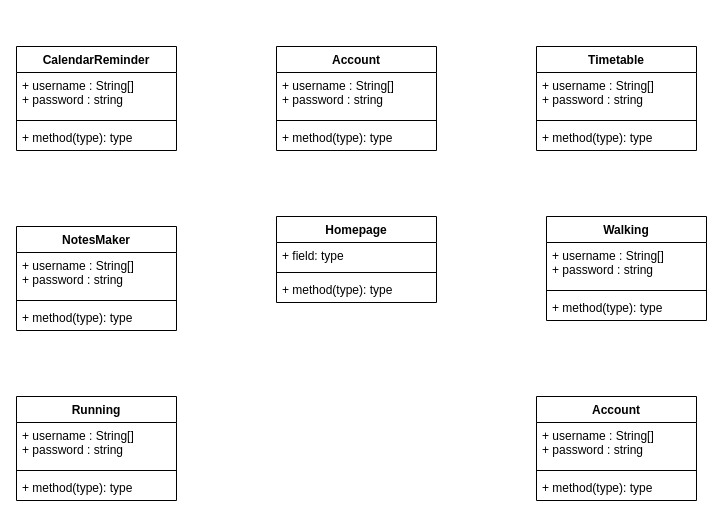
This is classAshisu.drawio from FaizAnuar/ashisu, a draw.io file, before an edit. Source tidied: cells renumbered, new cells numbered last; positions are measured from the earlier drawing's top-left corner, leaving out a move shared by most shapes. Both pictures are drawn from the tidied source at 100%, with x=0, y=0 at pixel (16, 46).
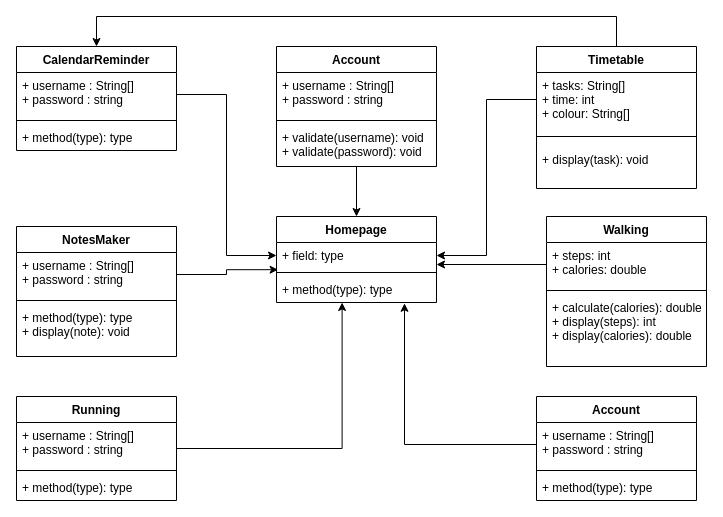
The same diagram, later.

The change refers to these unchanged cells:
```xml
<mxCell id="6" value="Homepage" style="swimlane;fontStyle=1;align=center;verticalAlign=top;horizontal=1;startSize=26;" parent="1" vertex="1">
  <mxGeometry x="260" y="170" width="160" height="86" as="geometry" />
</mxCell>
<mxCell id="7" value="+ field: type" style="text;strokeColor=none;fillColor=none;align=left;verticalAlign=top;spacingLeft=4;spacingRight=4;overflow=hidden;points=[[0,0.5],[1,0.5]];portConstraint=eastwest;" parent="6" vertex="1">
  <mxGeometry y="26" width="160" height="26" as="geometry" />
</mxCell>
<mxCell id="9" value="+ method(type): type" style="text;strokeColor=none;fillColor=none;align=left;verticalAlign=top;spacingLeft=4;spacingRight=4;overflow=hidden;points=[[0,0.5],[1,0.5]];portConstraint=eastwest;" parent="6" vertex="1">
  <mxGeometry y="60" width="160" height="26" as="geometry" />
</mxCell>
<mxCell id="14" value="Running" style="swimlane;fontStyle=1;align=center;verticalAlign=top;horizontal=1;startSize=26;" parent="1" vertex="1">
  <mxGeometry y="350" width="160" height="104" as="geometry" />
</mxCell>
<mxCell id="19" value="+ username : String[]&#10;+ password : string" style="text;strokeColor=none;fillColor=none;align=left;verticalAlign=top;spacingLeft=4;spacingRight=4;overflow=hidden;points=[[0,0.5],[1,0.5]];portConstraint=eastwest;" parent="18" vertex="1">
  <mxGeometry y="26" width="160" height="44" as="geometry" />
</mxCell>
<mxCell id="27" value="+ username : String[]&#10;+ password : string" style="text;strokeColor=none;fillColor=none;align=left;verticalAlign=top;spacingLeft=4;spacingRight=4;overflow=hidden;points=[[0,0.5],[1,0.5]];portConstraint=eastwest;" parent="26" vertex="1">
  <mxGeometry y="26" width="160" height="44" as="geometry" />
</mxCell>
<mxCell id="31" value="+ username : String[]&#10;+ password : string" style="text;strokeColor=none;fillColor=none;align=left;verticalAlign=top;spacingLeft=4;spacingRight=4;overflow=hidden;points=[[0,0.5],[1,0.5]];portConstraint=eastwest;" parent="30" vertex="1">
  <mxGeometry y="26" width="160" height="44" as="geometry" />
</mxCell>
```

Diff of the diagram source:
```diff
@@
+    <mxCell id="34" style="edgeStyle=orthogonalEdgeStyle;rounded=0;jettySize=auto;html=1;entryX=0.5;entryY=0;entryDx=0;entryDy=0;" parent="1" edge="1" source="2" target="6">
+      <mxGeometry relative="1" as="geometry" />
+    </mxCell>
     <mxCell id="2" value="Account" style="swimlane;fontStyle=1;align=center;verticalAlign=top;horizontal=1;startSize=26;" parent="1" vertex="1">
-      <mxGeometry x="260" width="160" height="104" as="geometry" />
+      <mxGeometry x="260" width="160" height="120" as="geometry" />
     </mxCell>
@@
-    <mxCell id="5" value="+ method(type): type" style="text;strokeColor=none;fillColor=none;align=left;verticalAlign=top;spacingLeft=4;spacingRight=4;overflow=hidden;" parent="2" vertex="1">
-      <mxGeometry y="78" width="160" height="26" as="geometry" />
+    <mxCell id="5" value="+ validate(username): void&#10;+ validate(password): void&#10;" style="text;strokeColor=none;fillColor=none;align=left;verticalAlign=top;spacingLeft=4;spacingRight=4;overflow=hidden;" parent="2" vertex="1">
+      <mxGeometry y="78" width="160" height="42" as="geometry" />
     </mxCell>
@@
     <mxCell id="10" value="Timetable" style="swimlane;fontStyle=1;align=center;verticalAlign=top;horizontal=1;startSize=26;" parent="1" vertex="1">
-      <mxGeometry x="520" width="160" height="104" as="geometry" />
+      <mxGeometry x="520" width="160" height="142" as="geometry" />
     </mxCell>
-    <mxCell id="11" value="+ username : String[]&#10;+ password : string" style="text;strokeColor=none;fillColor=none;align=left;verticalAlign=top;spacingLeft=4;spacingRight=4;overflow=hidden;points=[[0,0.5],[1,0.5]];portConstraint=eastwest;" parent="10" vertex="1">
-      <mxGeometry y="26" width="160" height="44" as="geometry" />
+    <mxCell id="11" value="+ tasks: String[]&#10;+ time: int&#10;+ colour: String[]&#10;" style="text;strokeColor=none;fillColor=none;align=left;verticalAlign=top;spacingLeft=4;spacingRight=4;overflow=hidden;points=[[0,0.5],[1,0.5]];portConstraint=eastwest;" parent="10" vertex="1">
+      <mxGeometry y="26" width="160" height="54" as="geometry" />
     </mxCell>
     <mxCell id="12" style="line;strokeWidth=1;fillColor=none;align=left;verticalAlign=middle;spacingTop=-1;spacingLeft=3;spacingRight=3;labelPosition=right;" parent="10" vertex="1">
-      <mxGeometry y="70" width="160" height="8" as="geometry" />
+      <mxGeometry y="80" width="160" height="20" as="geometry" />
     </mxCell>
-    <mxCell id="13" value="+ method(type): type" style="text;strokeColor=none;fillColor=none;align=left;verticalAlign=top;spacingLeft=4;spacingRight=4;overflow=hidden;" parent="10" vertex="1">
-      <mxGeometry y="78" width="160" height="26" as="geometry" />
+    <mxCell id="13" value="+ display(task): void" style="text;strokeColor=none;fillColor=none;align=left;verticalAlign=top;spacingLeft=4;spacingRight=4;overflow=hidden;" parent="10" vertex="1">
+      <mxGeometry y="100" width="160" height="42" as="geometry" />
     </mxCell>
+    <mxCell id="35" style="edgeStyle=orthogonalEdgeStyle;rounded=0;jettySize=auto;html=1;entryX=0.41;entryY=1;entryDx=0;entryDy=0;entryPerimeter=0;" parent="1" edge="1" source="14" target="9">
+      <mxGeometry relative="1" as="geometry">
+        <Array as="points">
+          <mxPoint x="326" y="402" />
+        </Array>
+      </mxGeometry>
+    </mxCell>
@@
     <mxCell id="22" value="Walking" style="swimlane;fontStyle=1;align=center;verticalAlign=top;horizontal=1;startSize=26;" parent="1" vertex="1">
-      <mxGeometry x="530" y="170" width="160" height="104" as="geometry" />
+      <mxGeometry x="530" y="170" width="160" height="150" as="geometry" />
     </mxCell>
-    <mxCell id="23" value="+ username : String[]&#10;+ password : string" style="text;strokeColor=none;fillColor=none;align=left;verticalAlign=top;spacingLeft=4;spacingRight=4;overflow=hidden;points=[[0,0.5],[1,0.5]];portConstraint=eastwest;" parent="22" vertex="1">
+    <mxCell id="23" value="+ steps: int&#10;+ calories: double" style="text;strokeColor=none;fillColor=none;align=left;verticalAlign=top;spacingLeft=4;spacingRight=4;overflow=hidden;points=[[0,0.5],[1,0.5]];portConstraint=eastwest;" parent="22" vertex="1">
       <mxGeometry y="26" width="160" height="44" as="geometry" />
     </mxCell>
@@
-    <mxCell id="25" value="+ method(type): type" style="text;strokeColor=none;fillColor=none;align=left;verticalAlign=top;spacingLeft=4;spacingRight=4;overflow=hidden;" parent="22" vertex="1">
-      <mxGeometry y="78" width="160" height="26" as="geometry" />
+    <mxCell id="25" value="+ calculate(calories): double&#10;+ display(steps): int&#10;+ display(calories): double&#10;" style="text;strokeColor=none;fillColor=none;align=left;verticalAlign=top;spacingLeft=4;spacingRight=4;overflow=hidden;" parent="22" vertex="1">
+      <mxGeometry y="78" width="160" height="72" as="geometry" />
     </mxCell>
     <mxCell id="26" value="NotesMaker" style="swimlane;fontStyle=1;align=center;verticalAlign=top;horizontal=1;startSize=26;" parent="1" vertex="1">
-      <mxGeometry y="180" width="160" height="104" as="geometry" />
+      <mxGeometry y="180" width="160" height="130" as="geometry" />
     </mxCell>
@@
-    <mxCell id="29" value="+ method(type): type" style="text;strokeColor=none;fillColor=none;align=left;verticalAlign=top;spacingLeft=4;spacingRight=4;overflow=hidden;" parent="26" vertex="1">
-      <mxGeometry y="78" width="160" height="26" as="geometry" />
+    <mxCell id="29" value="+ method(type): type&#10;+ display(note): void" style="text;strokeColor=none;fillColor=none;align=left;verticalAlign=top;spacingLeft=4;spacingRight=4;overflow=hidden;" parent="26" vertex="1">
+      <mxGeometry y="78" width="160" height="52" as="geometry" />
     </mxCell>
@@
+    <mxCell id="36" style="edgeStyle=orthogonalEdgeStyle;rounded=0;jettySize=auto;html=1;entryX=1;entryY=0.5;entryDx=0;entryDy=0;" parent="1" edge="1" source="11" target="7">
+      <mxGeometry relative="1" as="geometry" />
+    </mxCell>
+    <mxCell id="37" style="edgeStyle=orthogonalEdgeStyle;rounded=0;jettySize=auto;html=1;" parent="1" edge="1" source="23">
+      <mxGeometry relative="1" as="geometry">
+        <mxPoint x="420" y="218" as="targetPoint" />
+      </mxGeometry>
+    </mxCell>
+    <mxCell id="38" style="edgeStyle=orthogonalEdgeStyle;rounded=0;jettySize=auto;html=1;entryX=0.8;entryY=1.031;entryDx=0;entryDy=0;entryPerimeter=0;" parent="1" edge="1" source="19" target="9">
+      <mxGeometry relative="1" as="geometry" />
+    </mxCell>
+    <mxCell id="39" style="edgeStyle=orthogonalEdgeStyle;rounded=0;jettySize=auto;html=1;entryX=0;entryY=0.5;entryDx=0;entryDy=0;" parent="1" edge="1" source="31" target="7">
+      <mxGeometry relative="1" as="geometry" />
+    </mxCell>
+    <mxCell id="40" style="edgeStyle=orthogonalEdgeStyle;rounded=0;jettySize=auto;html=1;entryX=0.01;entryY=1.046;entryDx=0;entryDy=0;entryPerimeter=0;" parent="1" edge="1" source="27" target="7">
+      <mxGeometry relative="1" as="geometry" />
+    </mxCell>
+    <mxCell id="41" style="edgeStyle=orthogonalEdgeStyle;rounded=0;orthogonalLoop=1;jettySize=auto;html=1;" parent="1" edge="1">
+      <mxGeometry relative="1" as="geometry">
+        <mxPoint x="600" as="sourcePoint" />
+        <mxPoint x="80" as="targetPoint" />
+        <Array as="points">
+          <mxPoint x="600" y="-30" />
+          <mxPoint x="80" y="-30" />
+        </Array>
+      </mxGeometry>
+    </mxCell>
```
